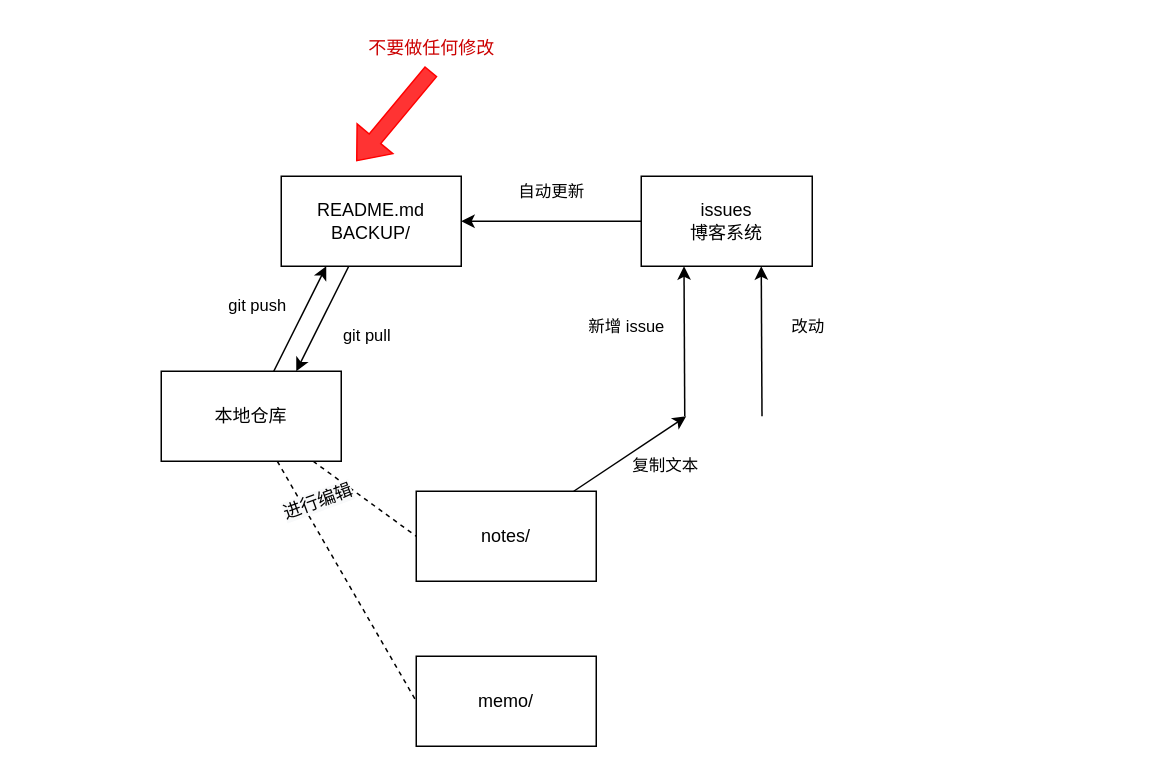
This is simple/blog-system-architecture.drawio from yeshiqing/diagrams, a draw.io file, before an edit. Source tidied: cells renumbered, new cells numbered last; positions are measured from the earlier drawing's top-left corner, leaving out a move shared by most shapes. Both pictures are drawn from the tidied source at 150%, with x=0, y=0 at pixel (160, 26).
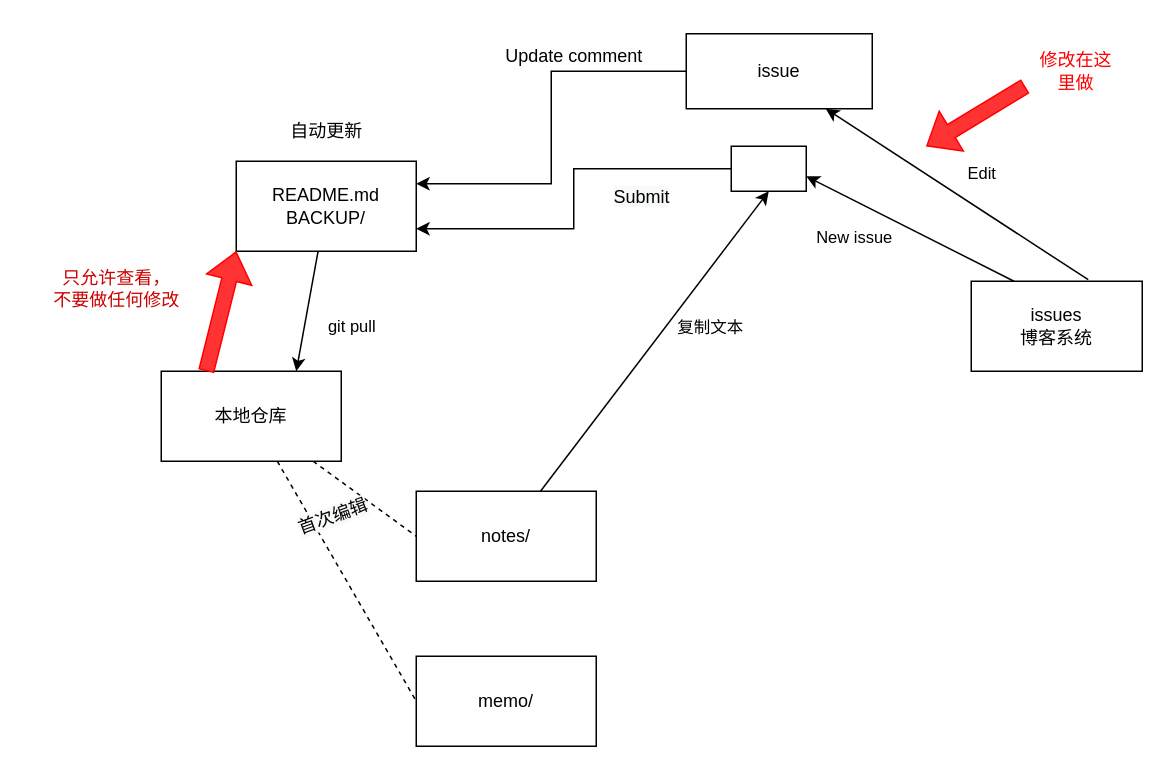
After the change.

The change refers to these unchanged cells:
```xml
<mxCell id="15" value="本地仓库" style="rounded=0;whiteSpace=wrap;html=1;" parent="1" vertex="1">
  <mxGeometry y="230" width="120" height="60" as="geometry" />
</mxCell>
<mxCell id="17" value="notes/" style="rounded=0;whiteSpace=wrap;html=1;" parent="1" vertex="1">
  <mxGeometry x="170" y="310" width="120" height="60" as="geometry" />
</mxCell>
```

Change to the diagram source:
```diff
@@
-    <mxCell id="2" value="自动更新" style="edgeStyle=orthogonalEdgeStyle;rounded=0;jettySize=auto;html=1;entryX=1;entryY=0.5;entryDx=0;entryDy=0;" parent="1" edge="1" source="3" target="6">
-      <mxGeometry y="-20" relative="1" as="geometry" />
-    </mxCell>
     <mxCell id="3" value="issues&lt;br&gt;博客系统" style="rounded=0;whiteSpace=wrap;html=1;" parent="1" vertex="1">
-      <mxGeometry x="320" y="100" width="114" height="60" as="geometry" />
+      <mxGeometry x="540" y="170" width="114" height="60" as="geometry" />
     </mxCell>
@@
     <mxCell id="6" value="README.md&lt;br&gt;BACKUP/" style="rounded=0;whiteSpace=wrap;html=1;" parent="1" vertex="1">
-      <mxGeometry x="80" y="100" width="120" height="60" as="geometry" />
+      <mxGeometry x="50" y="90" width="120" height="60" as="geometry" />
     </mxCell>
-    <mxCell id="7" style="endArrow=classic;html=1;rounded=0;entryX=0.25;entryY=1;entryDx=0;entryDy=0;" parent="1" edge="1" target="3">
-      <mxGeometry relative="1" as="geometry">
-        <mxPoint x="349" y="260" as="sourcePoint" />
-      </mxGeometry>
+    <mxCell id="7" style="endArrow=classic;html=1;rounded=0;exitX=0.25;exitY=0;exitDx=0;exitDy=0;entryX=1;entryY=0.667;entryDx=0;entryDy=0;entryPerimeter=0;" parent="1" edge="1" source="3" target="29">
+      <mxGeometry relative="1" as="geometry" />
     </mxCell>
-    <mxCell id="8" value="新增 issue" style="edgeLabel;html=1;align=center;verticalAlign=middle;" parent="7" vertex="1">
+    <mxCell id="8" value="New issue" style="edgeLabel;html=1;align=center;verticalAlign=middle;" parent="7" vertex="1">
       <mxGeometry x="0.14" y="-4" relative="1" as="geometry">
-        <mxPoint x="-43" y="-3" as="offset" />
+        <mxPoint x="-30" y="14" as="offset" />
       </mxGeometry>
     </mxCell>
-    <mxCell id="9" style="endArrow=classic;html=1;rounded=0;entryX=0.25;entryY=1;entryDx=0;entryDy=0;" parent="1" edge="1">
-      <mxGeometry relative="1" as="geometry">
-        <mxPoint x="400.5" y="260" as="sourcePoint" />
-        <mxPoint x="400" y="160" as="targetPoint" />
-      </mxGeometry>
+    <mxCell id="9" style="endArrow=classic;html=1;rounded=0;entryX=0.75;entryY=1;entryDx=0;entryDy=0;exitX=0.684;exitY=-0.017;exitDx=0;exitDy=0;exitPerimeter=0;" parent="1" edge="1" source="3" target="23">
+      <mxGeometry relative="1" as="geometry" />
     </mxCell>
-    <mxCell id="10" value="改动" style="edgeLabel;html=1;align=center;verticalAlign=middle;" parent="9" vertex="1">
+    <mxCell id="10" value="Edit" style="edgeLabel;html=1;align=center;verticalAlign=middle;" parent="9" vertex="1">
       <mxGeometry x="0.14" y="-4" relative="1" as="geometry">
         <mxPoint x="26" y="-3" as="offset" />
       </mxGeometry>
     </mxCell>
-    <mxCell id="11" style="rounded=0;jettySize=auto;html=1;entryX=0.25;entryY=1;entryDx=0;entryDy=0;" parent="1" edge="1" source="15" target="6">
-      <mxGeometry relative="1" as="geometry" />
-    </mxCell>
-    <mxCell id="12" value="git push" style="edgeLabel;html=1;align=center;verticalAlign=middle;" parent="11" vertex="1">
-      <mxGeometry x="0.06" y="2" relative="1" as="geometry">
-        <mxPoint x="-28" y="-7" as="offset" />
-      </mxGeometry>
-    </mxCell>
@@
-    <mxCell id="16" value="复制文本" style="edgeStyle=none;rounded=0;jettySize=auto;html=1;" parent="1" edge="1" source="17">
-      <mxGeometry x="0.34" y="-20" relative="1" as="geometry">
-        <mxPoint x="350" y="260" as="targetPoint" />
-      </mxGeometry>
+    <mxCell id="16" value="复制文本" style="edgeStyle=none;rounded=0;jettySize=auto;html=1;entryX=0.5;entryY=1;entryDx=0;entryDy=0;" parent="1" edge="1" source="17" target="29">
+      <mxGeometry x="0.23" y="-24" relative="1" as="geometry" />
     </mxCell>
@@
-    <mxCell id="19" style="shape=flexArrow;endArrow=classic;html=1;rounded=0;strokeColor=#FF0000;fillColor=#FF3333;" parent="1" edge="1">
-      <mxGeometry relative="1" as="geometry">
-        <mxPoint x="180" y="30" as="sourcePoint" />
-        <mxPoint x="130" y="90" as="targetPoint" />
-      </mxGeometry>
+    <mxCell id="19" style="shape=flexArrow;endArrow=classic;html=1;rounded=0;strokeColor=#FF0000;fillColor=#FF3333;exitX=0.25;exitY=0;exitDx=0;exitDy=0;entryX=0;entryY=1;entryDx=0;entryDy=0;endSize=6;startSize=2;sketch=0;startArrow=none;startFill=0;" parent="1" edge="1" source="15" target="6">
+      <mxGeometry relative="1" as="geometry" />
     </mxCell>
-    <mxCell id="20" value="不要做任何修改" style="text;html=1;align=center;verticalAlign=middle;strokeColor=none;fillColor=none;fontColor=#CC0000;" parent="1" vertex="1">
-      <mxGeometry x="120" width="120" height="30" as="geometry" />
+    <mxCell id="20" value="只允许查看，&lt;br&gt;不要做任何修改" style="text;html=1;align=center;verticalAlign=middle;strokeColor=none;fillColor=none;fontColor=#CC0000;" parent="1" vertex="1">
+      <mxGeometry x="-90" y="150" width="120" height="50" as="geometry" />
     </mxCell>
-    <mxCell id="21" value="&lt;span style=&quot;color: rgb(0, 0, 0); font-family: Helvetica; font-size: 12px; font-style: normal; font-variant-ligatures: normal; font-variant-caps: normal; font-weight: 400; letter-spacing: normal; orphans: 2; text-align: center; text-indent: 0px; text-transform: none; widows: 2; word-spacing: 0px; -webkit-text-stroke-width: 0px; background-color: rgb(248, 249, 250); text-decoration-thickness: initial; text-decoration-style: initial; text-decoration-color: initial; float: none; display: inline !important;&quot;&gt;进行编辑&lt;/span&gt;" style="text;whiteSpace=wrap;html=1;fontColor=#CC0000;rotation=-20;" parent="1" vertex="1">
-      <mxGeometry x="80" y="300" width="69.8" height="40" as="geometry" />
+    <mxCell id="21" value="&lt;span style=&quot;color: rgb(0, 0, 0); font-family: Helvetica; font-size: 12px; font-style: normal; font-variant-ligatures: normal; font-variant-caps: normal; font-weight: 400; letter-spacing: normal; orphans: 2; text-align: center; text-indent: 0px; text-transform: none; widows: 2; word-spacing: 0px; -webkit-text-stroke-width: 0px; background-color: rgb(248, 249, 250); text-decoration-thickness: initial; text-decoration-style: initial; text-decoration-color: initial; float: none; display: inline !important;&quot;&gt;首次编辑&lt;/span&gt;" style="text;whiteSpace=wrap;html=1;fontColor=#CC0000;rotation=-20;" parent="1" vertex="1">
+      <mxGeometry x="90" y="310" width="69.8" height="40" as="geometry" />
     </mxCell>
+    <mxCell id="22" style="edgeStyle=orthogonalEdgeStyle;rounded=0;sketch=0;jettySize=auto;html=1;exitX=0;exitY=0.5;exitDx=0;exitDy=0;entryX=1;entryY=0.25;entryDx=0;entryDy=0;fontColor=#000000;startArrow=none;startFill=0;startSize=2;endSize=6;" parent="1" edge="1" source="23" target="6">
+      <mxGeometry relative="1" as="geometry" />
+    </mxCell>
+    <mxCell id="23" value="issue" style="rounded=0;whiteSpace=wrap;html=1;" parent="1" vertex="1">
+      <mxGeometry x="350" y="5" width="124" height="50" as="geometry" />
+    </mxCell>
+    <mxCell id="24" style="shape=flexArrow;endArrow=classic;html=1;rounded=0;strokeColor=#FF0000;fillColor=#FF3333;entryX=0;entryY=1;entryDx=0;entryDy=0;endSize=6;startSize=2;sketch=0;startArrow=none;startFill=0;" parent="1" edge="1">
+      <mxGeometry relative="1" as="geometry">
+        <mxPoint x="576" y="40" as="sourcePoint" />
+        <mxPoint x="510" y="80" as="targetPoint" />
+      </mxGeometry>
+    </mxCell>
+    <mxCell id="25" value="修改在这里做" style="text;html=1;strokeColor=none;fillColor=none;align=center;verticalAlign=middle;whiteSpace=wrap;rounded=0;fontColor=#FF0000;" parent="1" vertex="1">
+      <mxGeometry x="580" y="15" width="60" height="30" as="geometry" />
+    </mxCell>
+    <mxCell id="26" value="&lt;font color=&quot;#000000&quot;&gt;Update comment&lt;br&gt;&lt;/font&gt;" style="text;html=1;align=center;verticalAlign=middle;strokeColor=none;fillColor=none;fontColor=#FF0000;" parent="1" vertex="1">
+      <mxGeometry x="210" y="5" width="130" height="30" as="geometry" />
+    </mxCell>
+    <mxCell id="27" value="&lt;span style=&quot;color: rgb(0, 0, 0); font-family: Helvetica; font-size: 12px; font-style: normal; font-variant-ligatures: normal; font-variant-caps: normal; font-weight: 400; letter-spacing: normal; orphans: 2; text-align: center; text-indent: 0px; text-transform: none; widows: 2; word-spacing: 0px; -webkit-text-stroke-width: 0px; background-color: rgb(248, 249, 250); text-decoration-thickness: initial; text-decoration-style: initial; text-decoration-color: initial; float: none; display: inline !important;&quot;&gt;Submit&lt;/span&gt;" style="text;whiteSpace=wrap;html=1;fontColor=#000000;" parent="1" vertex="1">
+      <mxGeometry x="300" y="100" width="50" height="30" as="geometry" />
+    </mxCell>
+    <mxCell id="28" style="edgeStyle=orthogonalEdgeStyle;rounded=0;sketch=0;jettySize=auto;html=1;fontColor=#000000;startArrow=none;startFill=0;startSize=2;endSize=6;entryX=1;entryY=0.75;entryDx=0;entryDy=0;" parent="1" edge="1" source="29" target="6">
+      <mxGeometry relative="1" as="geometry" />
+    </mxCell>
+    <mxCell id="29" style="whiteSpace=wrap;html=1;fontColor=#000000;" parent="1" vertex="1">
+      <mxGeometry x="380" y="80" width="50" height="30" as="geometry" />
+    </mxCell>
+    <mxCell id="2" value="自动更新" style="text;html=1;align=center;verticalAlign=middle;strokeColor=none;fillColor=none;fontColor=#000000;" parent="1" vertex="1">
+      <mxGeometry x="70" y="55" width="80" height="30" as="geometry" />
+    </mxCell>
```
